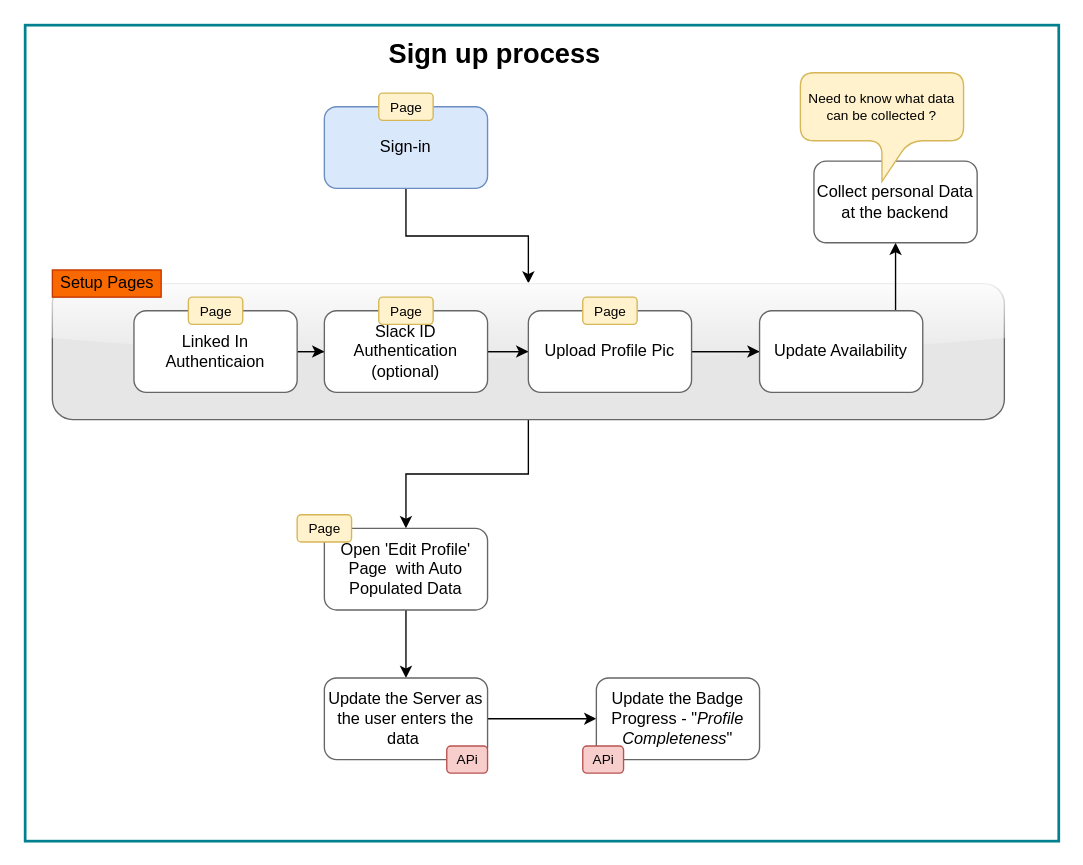
This is page "Sign up process for Trainers" (2 of 3) of sample.drawio from Arunideas/draw.io, a draw.io file, before an edit. Source tidied: cells renumbered, new cells numbered last; positions are measured from the earlier drawing's top-left corner, leaving out a move shared by most shapes. Both pictures are drawn from the tidied source at 136%, with x=0, y=0 at pixel (24, 24).
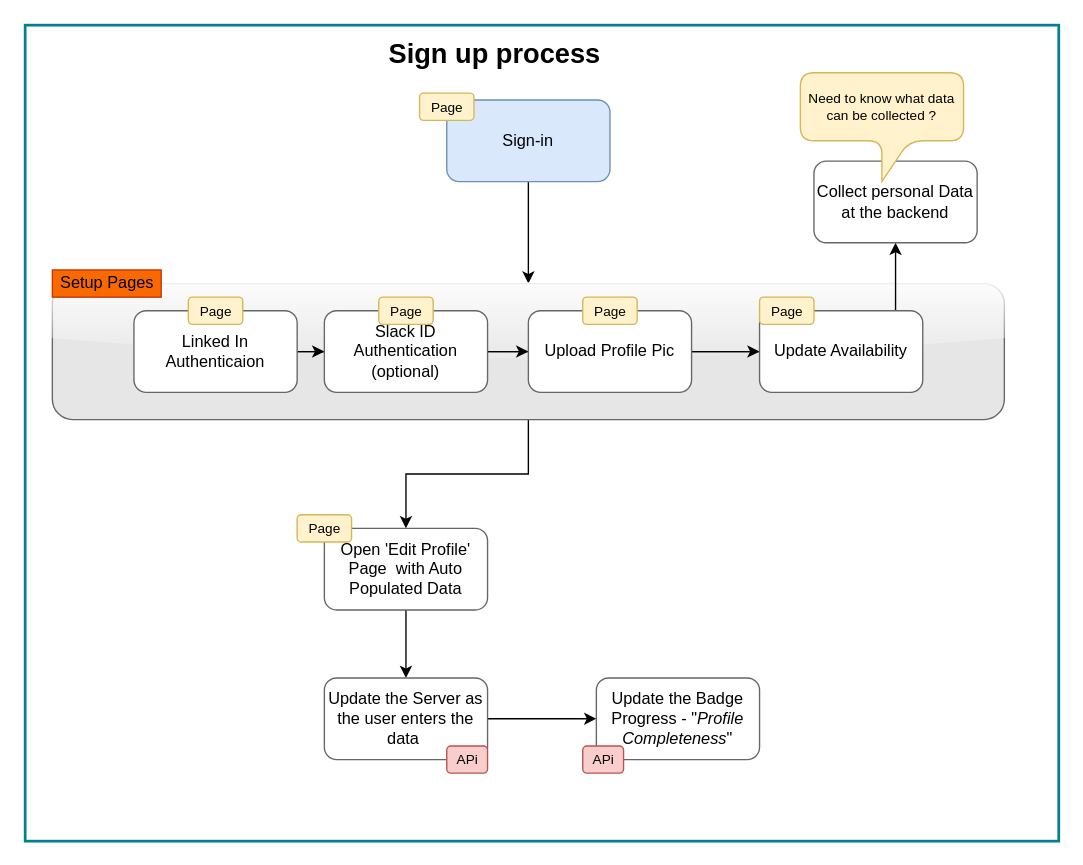
The same diagram, later.

The edit, as a diff of the source:
```diff
@@
     <mxCell id="4" value="Sign-in" style="whiteSpace=wrap;html=1;rounded=1;fontSize=12;strokeColor=#6c8ebf;strokeWidth=1;fillColor=#dae8fc;" parent="1" vertex="1">
-      <mxGeometry x="220" y="60" width="120" height="60" as="geometry" />
+      <mxGeometry x="310" y="55" width="120" height="60" as="geometry" />
     </mxCell>
@@
     <mxCell id="24" value="Page" style="text;html=1;align=center;verticalAlign=middle;strokeColor=#d6b656;fillColor=#fff2cc;fontSize=10;rounded=1;" parent="1" vertex="1">
-      <mxGeometry x="260" y="50" width="40" height="20" as="geometry" />
+      <mxGeometry x="290" y="50" width="40" height="20" as="geometry" />
     </mxCell>
@@
+    <mxCell id="31" value="Page" style="text;html=1;align=center;verticalAlign=middle;strokeColor=#d6b656;fillColor=#fff2cc;fontSize=10;rounded=1;" parent="1" vertex="1">
+      <mxGeometry x="540" y="200" width="40" height="20" as="geometry" />
+    </mxCell>
```
